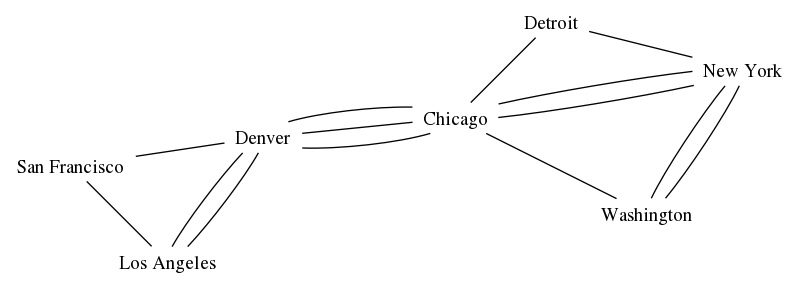
This is trang536/hinh2.png from vietlq/graph-tuts, a Graphviz export, as it was before one commit. Its source is kept beside it as trang536/hinh2.dot. The source it was exported from:
```dot
/* Trang 536 */
/* Hinh 2 */

graph G {
    node [shape=plaintext,width=.3,height=.3,fixedsize=false];

    "San Francisco" [pos="0,0!"];
    "Los Angeles" [pos="1,-1!"];
    "Denver" [pos="2,0.3!"];
    "Chicago" [pos="4,0.5!"];
    "Detroit" [pos="5,1.5!"];
    "Washington" [pos="6,-.5!"];
    "New York" [pos="7,1!"];

    "San Francisco" -- "Los Angeles";
    "San Francisco" -- "Denver";

    "Los Angeles" -- "Denver";
    "Los Angeles" -- "Denver";

    "Denver" -- "Chicago";
    "Denver" -- "Chicago";
    "Denver" -- "Chicago";

    "Chicago" -- "Detroit";
    "Chicago" -- "New York";
    "Chicago" -- "New York";
    "Chicago" -- "Washington";

    "New York" -- "Detroit";
    "New York" -- "Washington";
    "New York" -- "Washington";
}
```
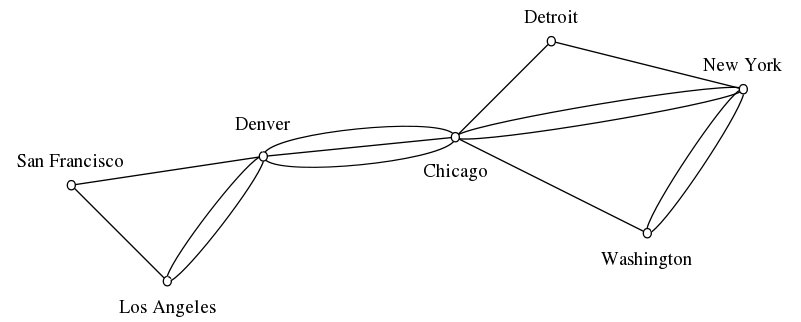
Later version of the same file.

Diff of the diagram source:
```diff
@@ -2,32 +2,41 @@
 /* Hinh 2 */
 
 graph G {
-    node [shape=plaintext,width=.3,height=.3,fixedsize=false];
+    node [shape=plaintext,width=.1,height=.1,fixedsize=false,fillcolor="black"];
+    "San Francisco" [pos="0,.2!", labelloc="t"];
+    "Los Angeles" [pos="1,-1.2!", labelloc="b"];
+    "Denver" [pos="2,0.7!", labelloc="b"];
+    "Chicago" [pos="4,0.1!", labelloc="t"];
+    "Detroit" [pos="5,1.7!", labelloc="t"];
+    "Washington" [pos="6,-.7!", labelloc="b"];
+    "New York" [pos="7,1.2!", labelloc="t"];
 
-    "San Francisco" [pos="0,0!"];
-    "Los Angeles" [pos="1,-1!"];
-    "Denver" [pos="2,0.3!"];
-    "Chicago" [pos="4,0.5!"];
-    "Detroit" [pos="5,1.5!"];
-    "Washington" [pos="6,-.5!"];
-    "New York" [pos="7,1!"];
+    node [shape=circle,width=.1,height=.1,fixedsize=true,fillcolor="black"];
 
-    "San Francisco" -- "Los Angeles";
-    "San Francisco" -- "Denver";
+    "San Francisco__" [pos="0,0!", labelloc="t", fontcolor="white"];
+    "Los Angeles__" [pos="1,-1!", labelloc="b", fontcolor="white"];
+    "Denver__" [pos="2,0.3!", labelloc="b", fontcolor="white"];
+    "Chicago__" [pos="4,0.5!", labelloc="t", fontcolor="white"];
+    "Detroit__" [pos="5,1.5!", labelloc="t", fontcolor="white"];
+    "Washington__" [pos="6,-.5!", labelloc="b", fontcolor="white"];
+    "New York__" [pos="7,1!", labelloc="t", fontcolor="white"];
 
-    "Los Angeles" -- "Denver";
-    "Los Angeles" -- "Denver";
+    "San Francisco__" -- "Los Angeles__";
+    "San Francisco__" -- "Denver__";
 
-    "Denver" -- "Chicago";
-    "Denver" -- "Chicago";
-    "Denver" -- "Chicago";
+    "Los Angeles__" -- "Denver__";
+    "Los Angeles__" -- "Denver__";
 
-    "Chicago" -- "Detroit";
-    "Chicago" -- "New York";
-    "Chicago" -- "New York";
-    "Chicago" -- "Washington";
+    "Denver__" -- "Chicago__";
+    "Denver__" -- "Chicago__";
+    "Denver__" -- "Chicago__";
 
-    "New York" -- "Detroit";
-    "New York" -- "Washington";
-    "New York" -- "Washington";
+    "Chicago__" -- "Detroit__";
+    "Chicago__" -- "New York__";
+    "Chicago__" -- "New York__";
+    "Chicago__" -- "Washington__";
+
+    "New York__" -- "Detroit__";
+    "New York__" -- "Washington__";
+    "New York__" -- "Washington__";
 }
```
